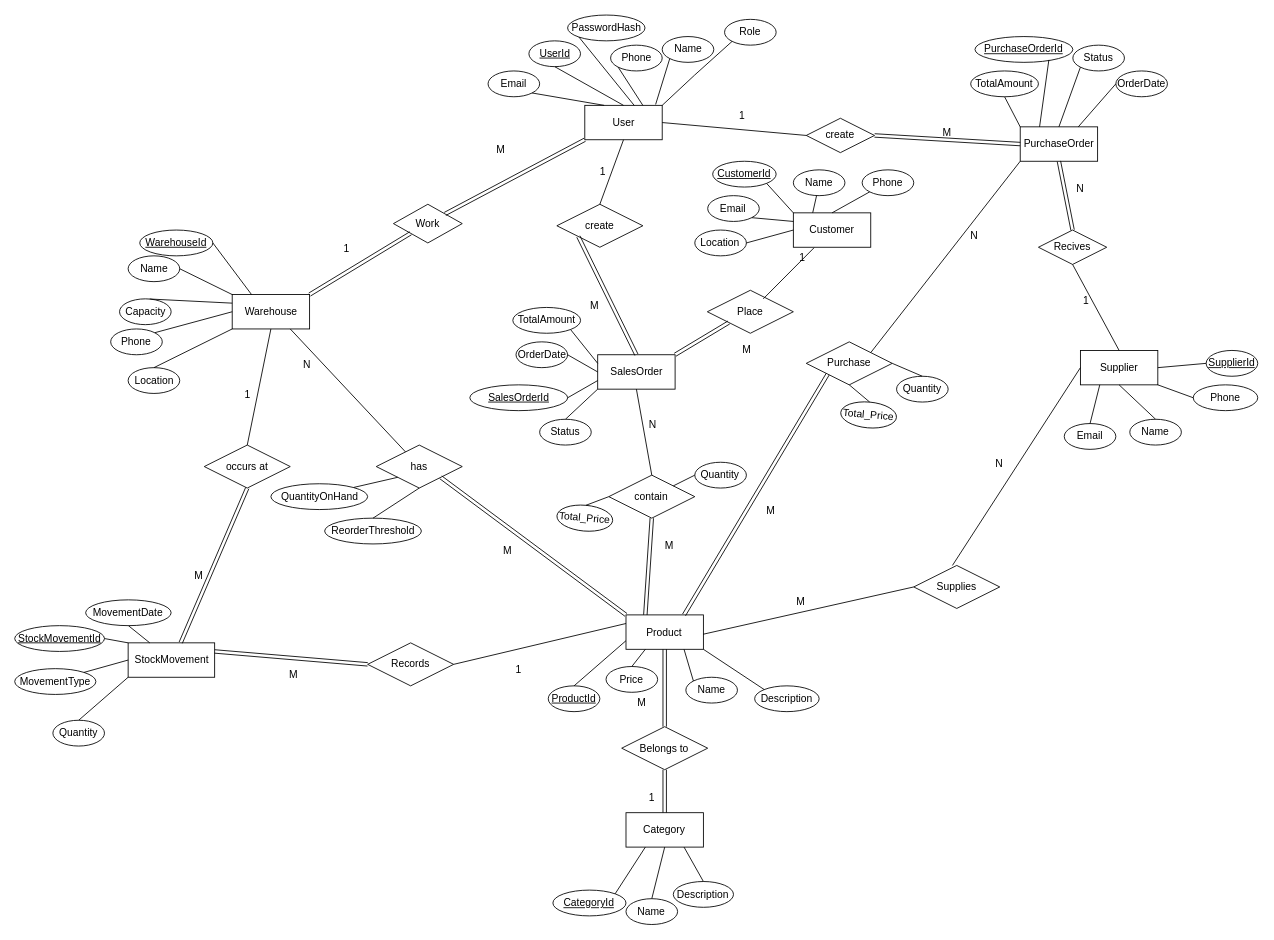
Above: Inventory_And_Warehouse_Management/ERD & Mapping/ERD.drawio in SparkToCode2026/Inventory_And_Warehouse_Management (draw.io), before the change. Source tidied: cells renumbered, new cells numbered last; positions are measured from the earlier drawing's top-left corner, leaving out a move shared by most shapes. Both pictures are drawn from the tidied source at 86%, with x=0, y=0 at pixel (15, 15).
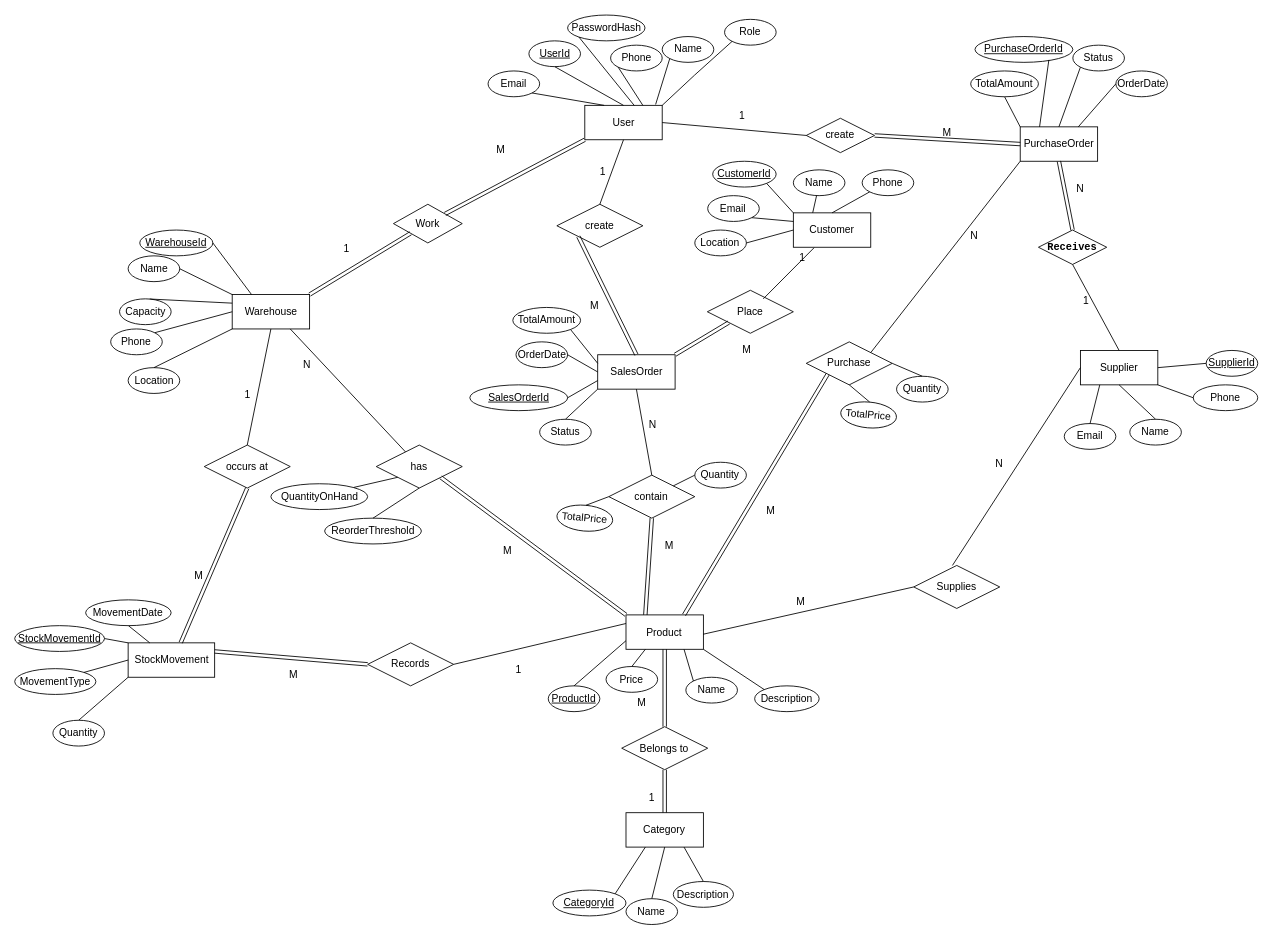
The same page after the edit.

Commit message:
fixed spelling mistakes

The edit, as a diff of the source:
```diff
@@
-    <mxCell id="50" value="Recives" style="shape=rhombus;perimeter=rhombusPerimeter;whiteSpace=wrap;html=1;align=center;" parent="1" vertex="1">
+    <mxCell id="50" value="&lt;b&gt;&lt;code&gt;Receives&lt;/code&gt;&lt;/b&gt;" style="shape=rhombus;perimeter=rhombusPerimeter;whiteSpace=wrap;html=1;align=center;" parent="1" vertex="1">
       <mxGeometry x="1190" y="250" width="79.4" height="40" as="geometry" />
     </mxCell>
@@
-    <mxCell id="142" value="Total_Price" style="ellipse;whiteSpace=wrap;html=1;align=center;rotation=5;" parent="1" vertex="1">
+    <mxCell id="142" value="TotalPrice" style="ellipse;whiteSpace=wrap;html=1;align=center;rotation=5;" parent="1" vertex="1">
       <mxGeometry x="960" y="450" width="65" height="30" as="geometry" />
     </mxCell>
@@
-    <mxCell id="150" value="Total_Price" style="ellipse;whiteSpace=wrap;html=1;align=center;rotation=5;" parent="1" vertex="1">
+    <mxCell id="150" value="TotalPrice" style="ellipse;whiteSpace=wrap;html=1;align=center;rotation=5;" parent="1" vertex="1">
       <mxGeometry x="630" y="570" width="65" height="30" as="geometry" />
     </mxCell>
```
